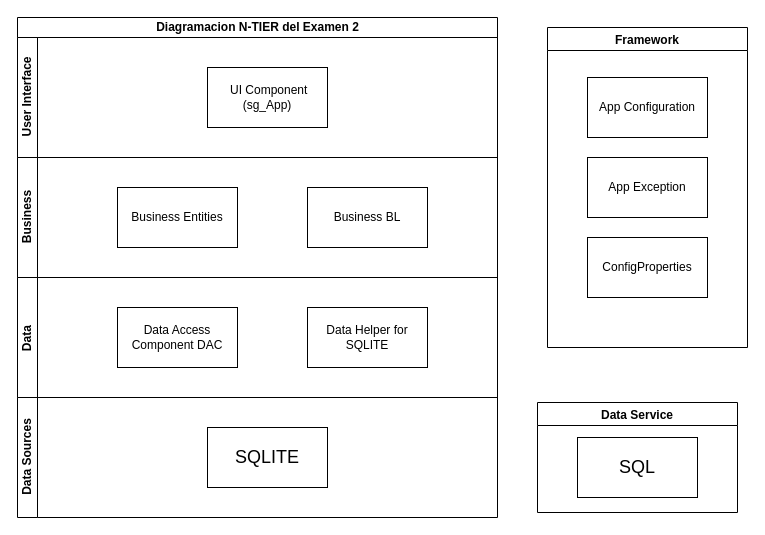
Before: resources/diagrams/diagramaN_TIER.drawio in sebastianguerra01/sebastian.guerra01-epn.edu.ec, a draw.io diagram. Source tidied: cells renumbered, new cells numbered last; positions are measured from the earlier drawing's top-left corner, leaving out a move shared by most shapes. Both pictures are drawn from the tidied source at 100%, with x=0, y=0 at pixel (17, 17).
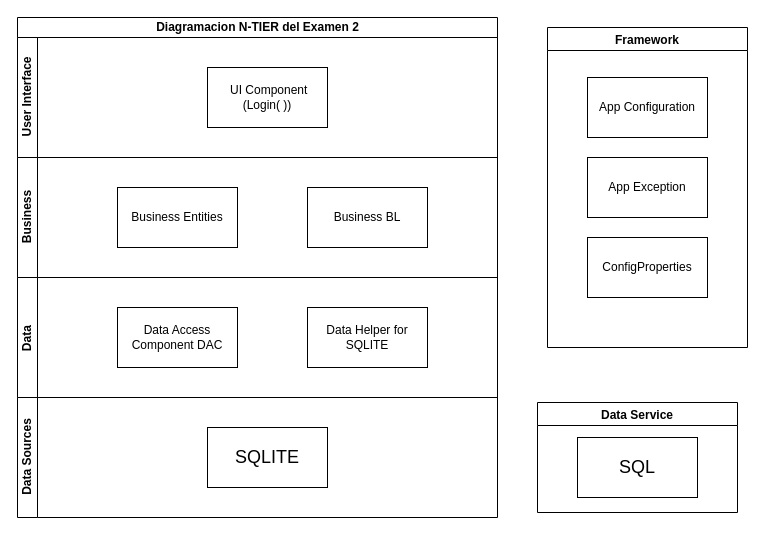
The same page after the edit.

Diff of the diagram source:
```diff
@@
 <mxGraphModel>
   <root>
     <mxCell id="0" />
     <mxCell id="1" parent="0" />
     <mxCell id="2" value="Diagramacion N-TIER del Examen 2" style="swimlane;horizontal=1;startSize=20;html=1;" parent="1" vertex="1">
       <mxGeometry width="480" height="380" as="geometry" />
     </mxCell>
     <mxCell id="3" value="User Interface" style="swimlane;startSize=20;horizontal=0;html=1;" parent="2" vertex="1">
       <mxGeometry y="20" width="480" height="120" as="geometry" />
     </mxCell>
-    <mxCell id="4" value="&amp;nbsp;UI Component (sg_App)" style="whiteSpace=wrap;html=1;" parent="3" vertex="1">
+    <mxCell id="4" value="&amp;nbsp;UI Component (Login( ))" style="whiteSpace=wrap;html=1;" parent="3" vertex="1">
       <mxGeometry x="190" y="30" width="120" height="60" as="geometry" />
     </mxCell>
     <mxCell id="5" value="Business" style="swimlane;startSize=20;horizontal=0;html=1;" parent="2" vertex="1">
       <mxGeometry y="140" width="480" height="120" as="geometry" />
     </mxCell>
     <mxCell id="6" value="Business Entities" style="whiteSpace=wrap;html=1;" parent="5" vertex="1">
       <mxGeometry x="100" y="30" width="120" height="60" as="geometry" />
     </mxCell>
     <mxCell id="7" value="Business BL" style="whiteSpace=wrap;html=1;" parent="5" vertex="1">
       <mxGeometry x="290" y="30" width="120" height="60" as="geometry" />
     </mxCell>
     <mxCell id="8" value="Data&amp;nbsp;" style="swimlane;startSize=20;horizontal=0;html=1;" parent="2" vertex="1">
       <mxGeometry y="260" width="480" height="120" as="geometry" />
     </mxCell>
     <mxCell id="9" value="Data Access Component DAC" style="whiteSpace=wrap;html=1;" parent="8" vertex="1">
       <mxGeometry x="100" y="30" width="120" height="60" as="geometry" />
     </mxCell>
     <mxCell id="10" value="Data Helper for SQLITE" style="whiteSpace=wrap;html=1;" parent="8" vertex="1">
       <mxGeometry x="290" y="30" width="120" height="60" as="geometry" />
     </mxCell>
     <mxCell id="11" value="Data Sources" style="swimlane;startSize=20;horizontal=0;html=1;" parent="1" vertex="1">
       <mxGeometry y="380" width="480" height="120" as="geometry" />
     </mxCell>
     <mxCell id="12" value="&lt;font style=&quot;font-size: 18px;&quot;&gt;SQLITE&lt;/font&gt;" style="whiteSpace=wrap;html=1;" parent="11" vertex="1">
       <mxGeometry x="190" y="30" width="120" height="60" as="geometry" />
     </mxCell>
     <mxCell id="13" value="Framework" style="swimlane;" parent="1" vertex="1">
       <mxGeometry x="530" y="10" width="200" height="320" as="geometry" />
     </mxCell>
     <mxCell id="14" value="App Configuration" style="whiteSpace=wrap;html=1;" parent="13" vertex="1">
       <mxGeometry x="40" y="50" width="120" height="60" as="geometry" />
     </mxCell>
     <mxCell id="15" value="ConfigProperties" style="whiteSpace=wrap;html=1;" parent="13" vertex="1">
       <mxGeometry x="40" y="210" width="120" height="60" as="geometry" />
     </mxCell>
     <mxCell id="16" value="App Exception" style="whiteSpace=wrap;html=1;" parent="13" vertex="1">
       <mxGeometry x="40" y="130" width="120" height="60" as="geometry" />
     </mxCell>
     <mxCell id="17" value="Data Service" style="swimlane;" parent="1" vertex="1">
       <mxGeometry x="520" y="385" width="200" height="110" as="geometry" />
     </mxCell>
     <mxCell id="18" value="SQL" style="whiteSpace=wrap;html=1;fontSize=18;" parent="17" vertex="1">
       <mxGeometry x="40" y="35" width="120" height="60" as="geometry" />
     </mxCell>
   </root>
 </mxGraphModel>
```
